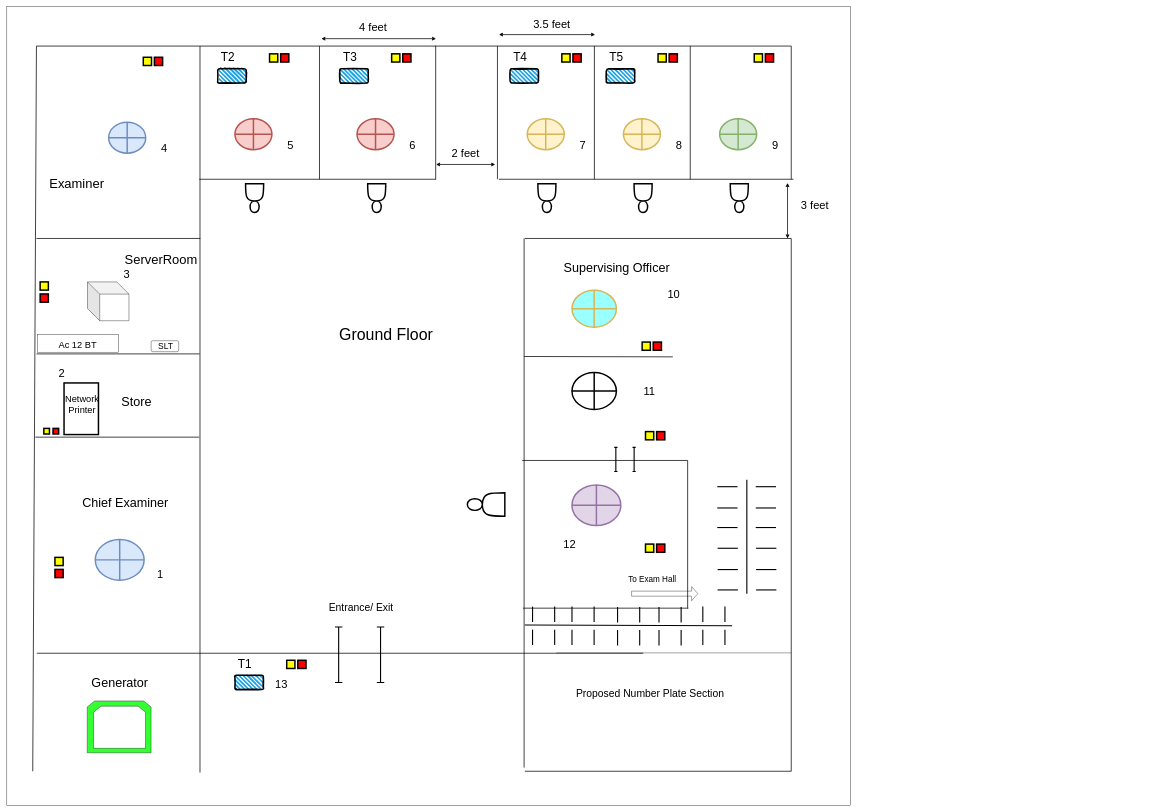
Before: Batticaload.drawio in thushan-harshajeewa/dmt-diagrams, a draw.io diagram. Source tidied: cells renumbered, new cells numbered last; positions are measured from the earlier drawing's top-left corner, leaving out a move shared by most shapes. Both pictures are drawn from the tidied source at 37%, with x=0, y=0 at pixel (7, 6).
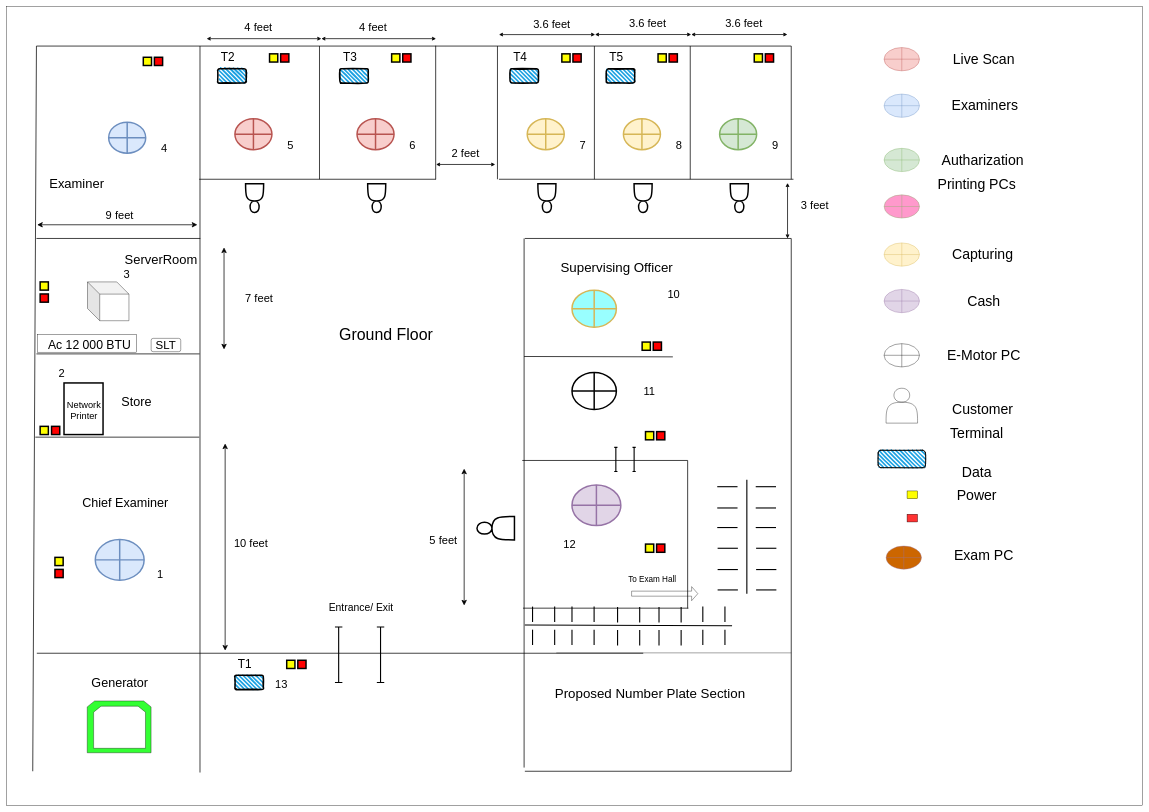
The same diagram, later.

What changed in the source:
```diff
@@
     <mxCell id="2" style="rounded=0;whiteSpace=wrap;html=1;" parent="1" vertex="1">
-      <mxGeometry width="2280" height="2160" as="geometry" />
+      <mxGeometry x="-1" width="3070" height="2160" as="geometry" />
     </mxCell>
@@
     <mxCell id="65" style="shape=actor;whiteSpace=wrap;html=1;direction=west;strokeWidth=4;rotation=90;" parent="1" vertex="1">
-      <mxGeometry x="1263.6" y="1295.4" width="63.3" height="101.3" as="geometry" />
+      <mxGeometry x="1289.6" y="1359.4" width="63.3" height="101.3" as="geometry" />
     </mxCell>
-    <mxCell id="66" value="&lt;font style=&quot;font-size: 34px;&quot;&gt;Supervising Officer&lt;/font&gt;" style="text;html=1;align=center;verticalAlign=middle;whiteSpace=wrap;rounded=0;strokeWidth=4;" parent="1" vertex="1">
+    <mxCell id="66" value="&lt;font style=&quot;font-size: 36px;&quot;&gt;Supervising Officer&lt;/font&gt;" style="text;html=1;align=center;verticalAlign=middle;whiteSpace=wrap;rounded=0;strokeWidth=4;" parent="1" vertex="1">
       <mxGeometry x="1488.4" y="695.7" width="320.6" height="20.3" as="geometry" />
     </mxCell>
@@
     <mxCell id="74" style="rounded=1;whiteSpace=wrap;html=1;" parent="1" vertex="1">
-      <mxGeometry x="390" y="903.3" width="74.4" height="29.7" as="geometry" />
+      <mxGeometry x="390" y="897" width="80" height="36" as="geometry" />
     </mxCell>
     <mxCell id="75" style="rounded=0;whiteSpace=wrap;html=1;direction=south;" parent="1" vertex="1">
-      <mxGeometry x="83" y="887" width="218.3" height="47.3" as="geometry" />
+      <mxGeometry x="83" y="887" width="267" height="47.3" as="geometry" />
     </mxCell>
-    <mxCell id="76" value="&lt;font style=&quot;font-size: 25px;&quot;&gt;Ac 12 BT&lt;/font&gt;" style="text;html=1;align=center;verticalAlign=middle;whiteSpace=wrap;rounded=0;rotation=0;strokeWidth=2;" parent="1" vertex="1">
-      <mxGeometry x="136.7" y="910.9" width="109.2" height="4.7" as="geometry" />
+    <mxCell id="76" value="&lt;font style=&quot;font-size: 33px;&quot;&gt;Ac 12 000 BTU&lt;/font&gt;" style="text;html=1;align=center;verticalAlign=middle;whiteSpace=wrap;rounded=0;rotation=0;strokeWidth=2;" parent="1" vertex="1">
+      <mxGeometry x="96.7" y="910.9" width="253.3" height="4.7" as="geometry" />
     </mxCell>
-    <mxCell id="77" value="&lt;font style=&quot;font-size: 23px;&quot;&gt;SLT&lt;/font&gt;" style="text;html=1;align=center;verticalAlign=middle;whiteSpace=wrap;rounded=0;rotation=0;" parent="1" vertex="1">
-      <mxGeometry x="414.2" y="915.5" width="31" height="4.7" as="geometry" />
+    <mxCell id="77" value="&lt;font style=&quot;font-size: 31px;&quot;&gt;SLT&lt;/font&gt;" style="text;html=1;align=center;verticalAlign=middle;whiteSpace=wrap;rounded=0;rotation=0;" parent="1" vertex="1">
+      <mxGeometry x="414.2" y="912.5" width="31" height="4.7" as="geometry" />
     </mxCell>
@@
-    <mxCell id="128" value="&lt;font style=&quot;font-size: 28px;&quot;&gt;Proposed Number Plate Section&lt;/font&gt;" style="text;html=1;align=center;verticalAlign=middle;strokeColor=none;fillColor=none;" parent="1" vertex="1">
-      <mxGeometry x="1528.2" y="1832" width="420" height="50" as="geometry" />
+    <mxCell id="128" value="&lt;font style=&quot;font-size: 36px;&quot;&gt;Proposed Number Plate Section&lt;/font&gt;" style="text;html=1;align=center;verticalAlign=middle;strokeColor=none;fillColor=none;" parent="1" vertex="1">
+      <mxGeometry x="1468.2" y="1827" width="540" height="60" as="geometry" />
     </mxCell>
@@
-    <mxCell id="142" value="&lt;font style=&quot;font-size: 30px;&quot;&gt;3.5 feet&lt;/font&gt;" style="text;html=1;align=center;verticalAlign=middle;whiteSpace=wrap;rounded=0;strokeWidth=4;" parent="1" vertex="1">
+    <mxCell id="142" value="&lt;font style=&quot;font-size: 30px;&quot;&gt;3.6 feet&lt;/font&gt;" style="text;html=1;align=center;verticalAlign=middle;whiteSpace=wrap;rounded=0;strokeWidth=4;" parent="1" vertex="1">
       <mxGeometry x="1405.8" y="36.5" width="134.2" height="20.3" as="geometry" />
     </mxCell>
@@
     <mxCell id="154" style="group;" parent="1" vertex="1">
-      <mxGeometry x="100" y="978" width="148.8" height="179" as="geometry" />
+      <mxGeometry x="100" y="978" width="160" height="179" as="geometry" />
     </mxCell>
     <mxCell id="155" style="rounded=0;whiteSpace=wrap;html=1;direction=south;strokeWidth=4;" parent="154" vertex="1">
-      <mxGeometry x="54.6" y="39.5" width="93" height="139.5" as="geometry" />
+      <mxGeometry x="54.5" y="39.5" width="105.5" height="139.5" as="geometry" />
     </mxCell>
-    <mxCell id="156" style="rounded=0;whiteSpace=wrap;html=1;fillColor=#FFFF00;strokeWidth=4;" parent="154" vertex="1">
-      <mxGeometry y="162.3" width="15.2" height="15.2" as="geometry" />
-    </mxCell>
-    <mxCell id="157" style="rounded=0;whiteSpace=wrap;html=1;fillColor=#FF0000;strokeWidth=4;" parent="154" vertex="1">
-      <mxGeometry x="24.8" y="162.3" width="15.2" height="15.2" as="geometry" />
-    </mxCell>
     <mxCell id="158" value="&lt;font style=&quot;font-size: 25px;&quot;&gt;Network Printer&lt;/font&gt;" style="text;html=1;align=center;verticalAlign=middle;whiteSpace=wrap;rounded=0;strokeWidth=4;" parent="154" vertex="1">
-      <mxGeometry x="58" y="86.5" width="90.8" height="18.6" as="geometry" />
+      <mxGeometry x="63" y="102.5" width="90.8" height="18.6" as="geometry" />
     </mxCell>
@@
+    <mxCell id="161" value="&lt;font style=&quot;font-size: 38px;&quot;&gt;Live Scan&lt;/font&gt;" style="text;html=1;align=center;verticalAlign=middle;whiteSpace=wrap;rounded=0;" parent="1" vertex="1">
+      <mxGeometry x="2512.7" y="111" width="255.2" height="62.9" as="geometry" />
+    </mxCell>
+    <mxCell id="162" value="&lt;font style=&quot;font-size: 38px;&quot;&gt;Examiners&lt;/font&gt;" style="text;html=1;align=center;verticalAlign=middle;whiteSpace=wrap;rounded=0;" parent="1" vertex="1">
+      <mxGeometry x="2515.6" y="236.7" width="255.2" height="62.9" as="geometry" />
+    </mxCell>
+    <mxCell id="163" value="&lt;font style=&quot;font-size: 38px;&quot;&gt;Autharization&lt;/font&gt;" style="text;html=1;align=center;verticalAlign=middle;whiteSpace=wrap;rounded=0;" parent="1" vertex="1">
+      <mxGeometry x="2509.9" y="383.4" width="255.2" height="62.9" as="geometry" />
+    </mxCell>
+    <mxCell id="164" style="shape=orEllipse;perimeter=ellipsePerimeter;whiteSpace=wrap;html=1;backgroundOutline=1;fillColor=#f8cecc;strokeColor=#b85450;" parent="1" vertex="1">
+      <mxGeometry x="2370.9" y="111" width="95.7" height="62.9" as="geometry" />
+    </mxCell>
+    <mxCell id="165" style="shape=orEllipse;perimeter=ellipsePerimeter;whiteSpace=wrap;html=1;backgroundOutline=1;fillColor=#dae8fc;strokeColor=#6c8ebf;" parent="1" vertex="1">
+      <mxGeometry x="2370.9" y="236.7" width="95.7" height="62.9" as="geometry" />
+    </mxCell>
+    <mxCell id="166" style="shape=orEllipse;perimeter=ellipsePerimeter;whiteSpace=wrap;html=1;backgroundOutline=1;fillColor=#d5e8d4;strokeColor=#82b366;" parent="1" vertex="1">
+      <mxGeometry x="2370.9" y="383.4" width="95.7" height="62.9" as="geometry" />
+    </mxCell>
+    <mxCell id="167" style="shape=orEllipse;perimeter=ellipsePerimeter;whiteSpace=wrap;html=1;backgroundOutline=1;fillColor=#fff2cc;strokeColor=#d6b656;" parent="1" vertex="1">
+      <mxGeometry x="2370.9" y="639" width="95.7" height="62.9" as="geometry" />
+    </mxCell>
+    <mxCell id="168" value="&lt;font style=&quot;font-size: 38px;&quot;&gt;Capturing&lt;/font&gt;" style="text;html=1;align=center;verticalAlign=middle;whiteSpace=wrap;rounded=0;" parent="1" vertex="1">
+      <mxGeometry x="2509.9" y="639" width="255.2" height="62.9" as="geometry" />
+    </mxCell>
+    <mxCell id="169" style="shape=orEllipse;perimeter=ellipsePerimeter;whiteSpace=wrap;html=1;backgroundOutline=1;fillColor=#e1d5e7;strokeColor=#9673a6;" parent="1" vertex="1">
+      <mxGeometry x="2370.9" y="764.7" width="95.7" height="62.9" as="geometry" />
+    </mxCell>
+    <mxCell id="170" value="&lt;font style=&quot;font-size: 38px;&quot;&gt;Cash&lt;/font&gt;" style="text;html=1;align=center;verticalAlign=middle;whiteSpace=wrap;rounded=0;" parent="1" vertex="1">
+      <mxGeometry x="2512.7" y="764.7" width="255.2" height="62.9" as="geometry" />
+    </mxCell>
+    <mxCell id="171" style="shape=orEllipse;perimeter=ellipsePerimeter;whiteSpace=wrap;html=1;backgroundOutline=1;" parent="1" vertex="1">
+      <mxGeometry x="2370.9" y="911.3" width="95.7" height="62.9" as="geometry" />
+    </mxCell>
+    <mxCell id="172" value="&lt;font style=&quot;font-size: 38px;&quot;&gt;E-Motor PC&lt;/font&gt;" style="text;html=1;align=center;verticalAlign=middle;whiteSpace=wrap;rounded=0;" parent="1" vertex="1">
+      <mxGeometry x="2512.7" y="911.3" width="255.2" height="62.9" as="geometry" />
+    </mxCell>
+    <mxCell id="173" style="shape=actor;whiteSpace=wrap;html=1;" parent="1" vertex="1">
+      <mxGeometry x="2376.3" y="1031.8" width="85.1" height="94.3" as="geometry" />
+    </mxCell>
+    <mxCell id="174" value="&lt;font style=&quot;font-size: 38px;&quot;&gt;Customer&lt;/font&gt;" style="text;html=1;align=center;verticalAlign=middle;whiteSpace=wrap;rounded=0;" parent="1" vertex="1">
+      <mxGeometry x="2509.9" y="1058" width="255.2" height="62.9" as="geometry" />
+    </mxCell>
+    <mxCell id="175" style="rounded=1;whiteSpace=wrap;html=1;strokeWidth=2;fillWeight=4;hachureGap=8;hachureAngle=45;fillColor=#1ba1e2;sketch=1;" parent="1" vertex="1">
+      <mxGeometry x="2355" y="1199.4" width="127.6" height="47.1" as="geometry" />
+    </mxCell>
+    <mxCell id="176" value="&lt;font style=&quot;font-size: 38px;&quot;&gt;Terminal&lt;/font&gt;" style="text;html=1;align=center;verticalAlign=middle;whiteSpace=wrap;rounded=0;" parent="1" vertex="1">
+      <mxGeometry x="2494.4" y="1122.7" width="255.2" height="62.9" as="geometry" />
+    </mxCell>
+    <mxCell id="177" value="&lt;font style=&quot;font-size: 38px;&quot;&gt;Data&lt;/font&gt;" style="text;html=1;align=center;verticalAlign=middle;whiteSpace=wrap;rounded=0;" parent="1" vertex="1">
+      <mxGeometry x="2494.4" y="1227.4" width="255.2" height="62.9" as="geometry" />
+    </mxCell>
+    <mxCell id="178" style="rounded=0;whiteSpace=wrap;html=1;fillColor=#FFFF00;" parent="1" vertex="1">
+      <mxGeometry x="2433" y="1309.4" width="28.4" height="21" as="geometry" />
+    </mxCell>
+    <mxCell id="179" style="rounded=0;whiteSpace=wrap;html=1;fillColor=#FF3333;" parent="1" vertex="1">
+      <mxGeometry x="2433" y="1372.2" width="28.4" height="21" as="geometry" />
+    </mxCell>
+    <mxCell id="180" value="&lt;font style=&quot;font-size: 38px;&quot;&gt;Power&lt;/font&gt;" style="text;html=1;align=center;verticalAlign=middle;whiteSpace=wrap;rounded=0;" parent="1" vertex="1">
+      <mxGeometry x="2494.4" y="1290.3" width="255.2" height="62.9" as="geometry" />
+    </mxCell>
+    <mxCell id="181" style="shape=orEllipse;perimeter=ellipsePerimeter;whiteSpace=wrap;html=1;backgroundOutline=1;fillColor=#CC6600;strokeColor=#9673a6;" parent="1" vertex="1">
+      <mxGeometry x="2376.3" y="1458.1" width="95.7" height="62.9" as="geometry" />
+    </mxCell>
+    <mxCell id="182" value="&lt;font style=&quot;font-size: 38px;&quot;&gt;Exam PC&lt;/font&gt;&lt;div&gt;&lt;br&gt;&lt;/div&gt;" style="text;html=1;align=center;verticalAlign=middle;whiteSpace=wrap;rounded=0;" parent="1" vertex="1">
+      <mxGeometry x="2512.7" y="1458.1" width="255.2" height="62.9" as="geometry" />
+    </mxCell>
+    <mxCell id="183" value="&lt;font style=&quot;font-size: 38px;&quot;&gt;Printing PCs&lt;/font&gt;" style="text;html=1;align=center;verticalAlign=middle;whiteSpace=wrap;rounded=0;" parent="1" vertex="1">
+      <mxGeometry x="2494.4" y="448.1" width="255.2" height="62.9" as="geometry" />
+    </mxCell>
+    <mxCell id="184" style="shape=orEllipse;perimeter=ellipsePerimeter;whiteSpace=wrap;html=1;backgroundOutline=1;fillColor=#FF99CC;strokeColor=#82b366;" parent="1" vertex="1">
+      <mxGeometry x="2371" y="509.1" width="95.7" height="62.9" as="geometry" />
+    </mxCell>
+    <mxCell id="185" style="endArrow=classic;startArrow=classic;html=1;strokeWidth=2;endSize=10;startSize=10;" parent="1" edge="1">
+      <mxGeometry relative="1" as="geometry">
+        <mxPoint x="1236" y="1619" as="sourcePoint" />
+        <mxPoint x="1236" y="1249" as="targetPoint" />
+      </mxGeometry>
+    </mxCell>
+    <mxCell id="186" value="&lt;font style=&quot;font-size: 30px;&quot;&gt;5 feet&lt;/font&gt;" style="text;html=1;align=center;verticalAlign=middle;whiteSpace=wrap;rounded=0;strokeWidth=4;" parent="1" vertex="1">
+      <mxGeometry x="1130" y="1432" width="100" height="20.3" as="geometry" />
+    </mxCell>
+    <mxCell id="187" style="endArrow=classic;startArrow=classic;html=1;strokeWidth=2;endSize=10;startSize=10;" parent="1" edge="1">
+      <mxGeometry relative="1" as="geometry">
+        <mxPoint x="587" y="927" as="sourcePoint" />
+        <mxPoint x="587" y="651.1" as="targetPoint" />
+      </mxGeometry>
+    </mxCell>
+    <mxCell id="188" value="&lt;font style=&quot;font-size: 30px;&quot;&gt;7 feet&lt;/font&gt;" style="text;html=1;align=center;verticalAlign=middle;whiteSpace=wrap;rounded=0;strokeWidth=4;" parent="1" vertex="1">
+      <mxGeometry x="632.2" y="777" width="100" height="20.3" as="geometry" />
+    </mxCell>
+    <mxCell id="189" style="endArrow=classic;startArrow=classic;html=1;strokeWidth=2;endSize=10;startSize=10;" parent="1" edge="1">
+      <mxGeometry relative="1" as="geometry">
+        <mxPoint x="515" y="590" as="sourcePoint" />
+        <mxPoint x="81.8" y="590" as="targetPoint" />
+      </mxGeometry>
+    </mxCell>
+    <mxCell id="190" value="&lt;font style=&quot;font-size: 30px;&quot;&gt;9 feet&lt;/font&gt;" style="text;html=1;align=center;verticalAlign=middle;whiteSpace=wrap;rounded=0;strokeWidth=4;" parent="1" vertex="1">
+      <mxGeometry x="255.3" y="552.9" width="100" height="20.3" as="geometry" />
+    </mxCell>
+    <mxCell id="191" value="&lt;font style=&quot;font-size: 30px;&quot;&gt;10 feet&lt;/font&gt;" style="text;html=1;align=center;verticalAlign=middle;whiteSpace=wrap;rounded=0;strokeWidth=4;" parent="1" vertex="1">
+      <mxGeometry x="610" y="1440.8" width="100" height="20.3" as="geometry" />
+    </mxCell>
+    <mxCell id="192" style="endArrow=classic;startArrow=classic;html=1;strokeWidth=2;endSize=10;startSize=10;" parent="1" edge="1">
+      <mxGeometry relative="1" as="geometry">
+        <mxPoint x="590" y="1741" as="sourcePoint" />
+        <mxPoint x="590" y="1181" as="targetPoint" />
+      </mxGeometry>
+    </mxCell>
+    <mxCell id="193" style="rounded=0;whiteSpace=wrap;html=1;fillColor=#FFFF00;strokeWidth=4;" parent="1" vertex="1">
+      <mxGeometry x="90" y="1134.8" width="22.2" height="22.2" as="geometry" />
+    </mxCell>
+    <mxCell id="194" style="rounded=0;whiteSpace=wrap;html=1;fillColor=#FF0000;strokeWidth=4;" parent="1" vertex="1">
+      <mxGeometry x="120.8" y="1134.8" width="22.2" height="22.2" as="geometry" />
+    </mxCell>
+    <mxCell id="195" style="endArrow=classic;startArrow=classic;html=1;strokeWidth=2;" parent="1" edge="1">
+      <mxGeometry relative="1" as="geometry">
+        <mxPoint x="1589.6" y="75.8" as="sourcePoint" />
+        <mxPoint x="1849.6" y="75.8" as="targetPoint" />
+      </mxGeometry>
+    </mxCell>
+    <mxCell id="196" value="&lt;font style=&quot;font-size: 30px;&quot;&gt;3.6 feet&lt;/font&gt;" style="text;html=1;align=center;verticalAlign=middle;whiteSpace=wrap;rounded=0;strokeWidth=4;" parent="1" vertex="1">
+      <mxGeometry x="1665.3" y="36.3" width="134.2" height="20.3" as="geometry" />
+    </mxCell>
+    <mxCell id="197" style="endArrow=classic;startArrow=classic;html=1;strokeWidth=2;" parent="1" edge="1">
+      <mxGeometry relative="1" as="geometry">
+        <mxPoint x="1849.6" y="75.8" as="sourcePoint" />
+        <mxPoint x="2109.6" y="75.8" as="targetPoint" />
+      </mxGeometry>
+    </mxCell>
+    <mxCell id="198" value="&lt;font style=&quot;font-size: 30px;&quot;&gt;3.6 feet&lt;/font&gt;" style="text;html=1;align=center;verticalAlign=middle;whiteSpace=wrap;rounded=0;strokeWidth=4;" parent="1" vertex="1">
+      <mxGeometry x="1925.3" y="36.3" width="134.2" height="20.3" as="geometry" />
+    </mxCell>
+    <mxCell id="199" style="endArrow=classic;startArrow=classic;html=1;strokeWidth=2;" parent="1" edge="1">
+      <mxGeometry relative="1" as="geometry">
+        <mxPoint x="540" y="87" as="sourcePoint" />
+        <mxPoint x="850" y="87" as="targetPoint" />
+      </mxGeometry>
+    </mxCell>
+    <mxCell id="200" value="&lt;font style=&quot;font-size: 30px;&quot;&gt;4 feet&lt;/font&gt;" style="text;html=1;align=center;verticalAlign=middle;whiteSpace=wrap;rounded=0;strokeWidth=4;" parent="1" vertex="1">
+      <mxGeometry x="630" y="47" width="100" height="20.3" as="geometry" />
+    </mxCell>
```
